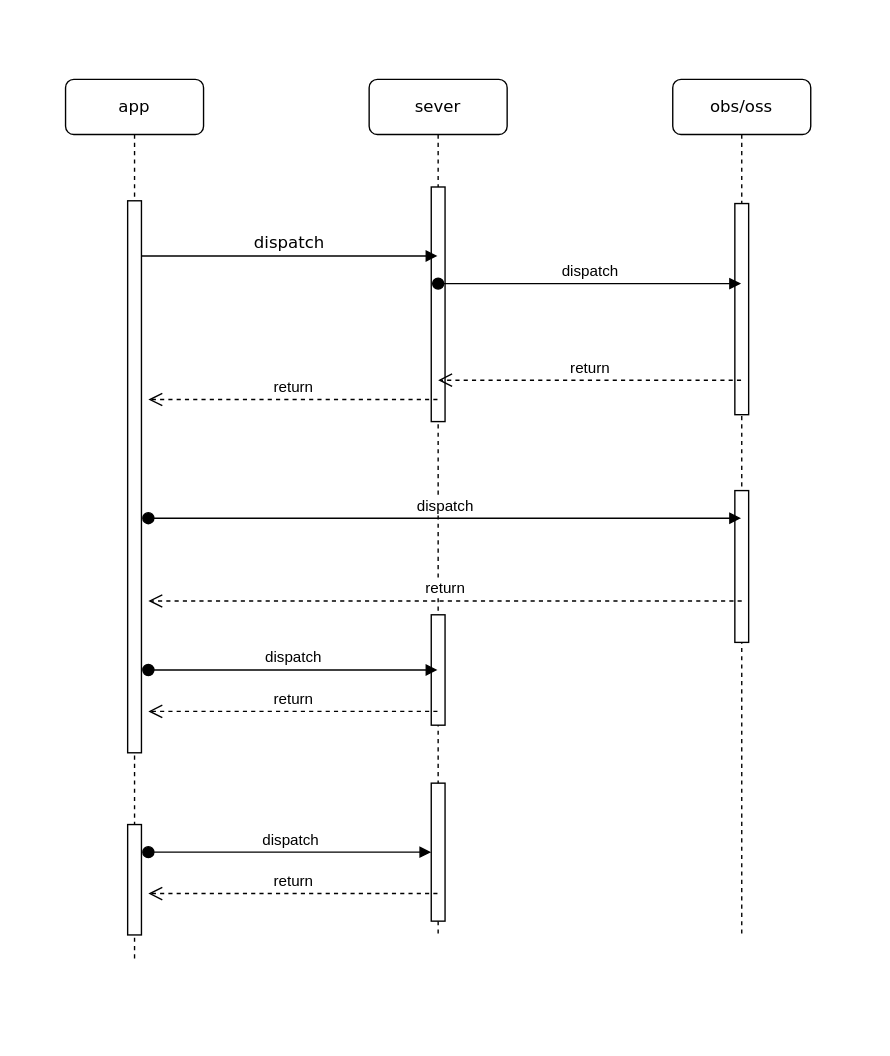
The draw.io diagram Untitled Diagram.drawio in linxinqiang90/drawio, before the edit. Source tidied: cells renumbered, new cells numbered last; positions are measured from the earlier drawing's top-left corner, leaving out a move shared by most shapes. Both pictures are drawn from the tidied source at 138%, with x=0, y=0 at pixel (65, 79).
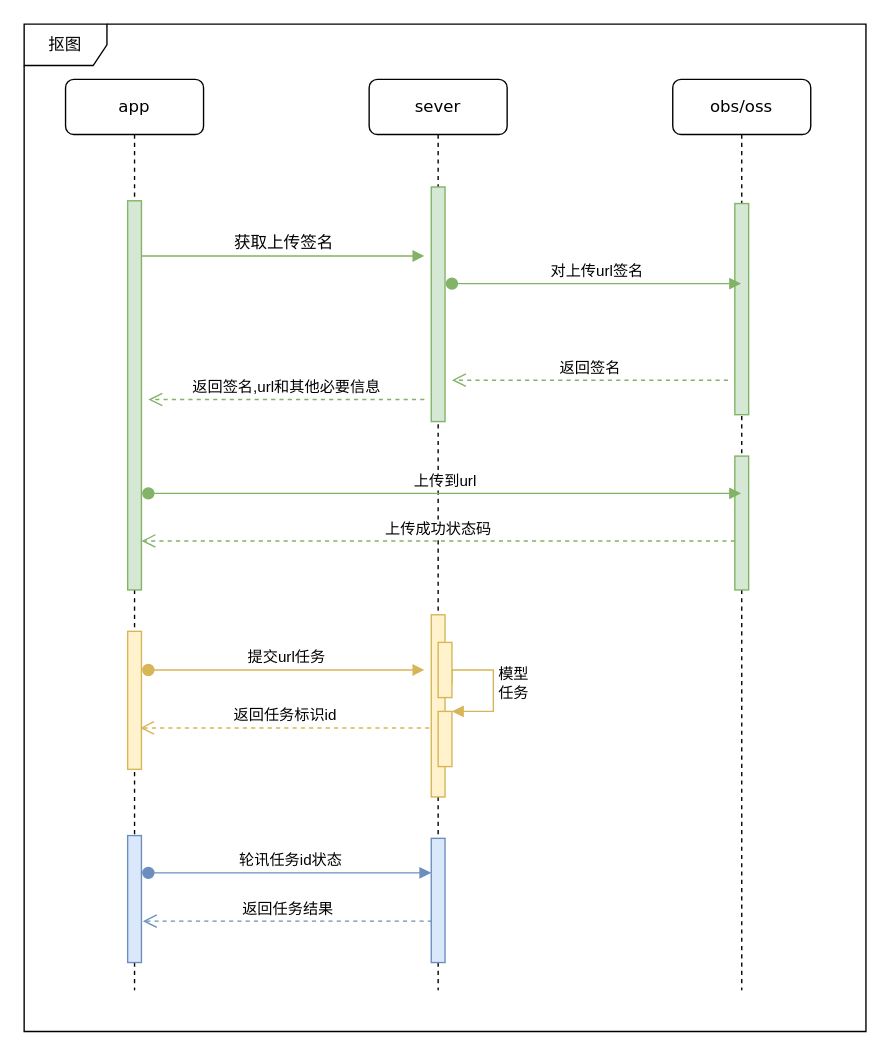
After the change.

Diff of the diagram source:
```diff
@@
+    <mxCell id="22" value="抠图" style="shape=umlFrame;whiteSpace=wrap;html=1;" parent="1" vertex="1">
+      <mxGeometry x="-30" y="-40" width="610" height="730" as="geometry" />
+    </mxCell>
     <mxCell id="2" value="sever&lt;br&gt;" style="shape=umlLifeline;perimeter=lifelinePerimeter;whiteSpace=wrap;html=1;outlineConnect=0;rounded=1;shadow=0;comic=0;labelBackgroundColor=none;strokeWidth=1;fontFamily=Verdana;fontSize=12;align=center;" parent="1" vertex="1">
-      <mxGeometry x="220" width="100" height="620" as="geometry" />
+      <mxGeometry x="220" width="100" height="660" as="geometry" />
     </mxCell>
-    <mxCell id="3" style="html=1;perimeter=orthogonalPerimeter;" parent="2" vertex="1">
+    <mxCell id="3" style="html=1;perimeter=orthogonalPerimeter;fillColor=#d5e8d4;strokeColor=#82b366;" parent="2" vertex="1">
       <mxGeometry x="45" y="78" width="10" height="170" as="geometry" />
     </mxCell>
-    <mxCell id="4" style="html=1;perimeter=orthogonalPerimeter;" parent="2" vertex="1">
-      <mxGeometry x="45" y="388" width="10" height="80" as="geometry" />
+    <mxCell id="4" style="html=1;perimeter=orthogonalPerimeter;fillColor=#fff2cc;strokeColor=#d6b656;" parent="2" vertex="1">
+      <mxGeometry x="45" y="388" width="10" height="132" as="geometry" />
     </mxCell>
-    <mxCell id="5" style="html=1;points=[];perimeter=orthogonalPerimeter;" parent="2" vertex="1">
-      <mxGeometry x="45" y="510" width="10" height="100" as="geometry" />
+    <mxCell id="5" style="html=1;points=[];perimeter=orthogonalPerimeter;fillColor=#dae8fc;strokeColor=#6c8ebf;" parent="2" vertex="1">
+      <mxGeometry x="45" y="550" width="10" height="90" as="geometry" />
     </mxCell>
+    <mxCell id="23" style="html=1;points=[];perimeter=orthogonalPerimeter;fillColor=#fff2cc;strokeColor=#d6b656;" parent="2" vertex="1">
+      <mxGeometry x="50" y="458" width="10" height="40" as="geometry" />
+    </mxCell>
+    <mxCell id="24" value="模型&lt;br&gt;任务" style="edgeStyle=orthogonalEdgeStyle;html=1;align=left;spacingLeft=2;endArrow=block;rounded=0;entryX=1;entryY=0;fillColor=#fff2cc;strokeColor=#d6b656;" parent="2" edge="1" target="23">
+      <mxGeometry relative="1" as="geometry">
+        <mxPoint x="60" y="438" as="sourcePoint" />
+        <Array as="points">
+          <mxPoint x="60" y="428" />
+          <mxPoint x="90" y="428" />
+          <mxPoint x="90" y="458" />
+        </Array>
+      </mxGeometry>
+    </mxCell>
+    <mxCell id="25" style="html=1;perimeter=orthogonalPerimeter;fillColor=#fff2cc;strokeColor=#d6b656;" parent="2" vertex="1">
+      <mxGeometry x="50" y="408" width="10" height="40" as="geometry" />
+    </mxCell>
     <mxCell id="6" value="obs/oss&lt;br&gt;" style="shape=umlLifeline;perimeter=lifelinePerimeter;whiteSpace=wrap;html=1;rounded=1;shadow=0;comic=0;labelBackgroundColor=none;strokeWidth=1;fontFamily=Verdana;fontSize=12;align=center;" parent="1" vertex="1">
-      <mxGeometry x="440" width="100" height="620" as="geometry" />
+      <mxGeometry x="440" width="100" height="660" as="geometry" />
     </mxCell>
-    <mxCell id="7" style="html=1;perimeter=orthogonalPerimeter;rounded=0;shadow=0;comic=0;labelBackgroundColor=none;strokeWidth=1;fontFamily=Verdana;fontSize=12;align=center;" parent="6" vertex="1">
+    <mxCell id="7" style="html=1;perimeter=orthogonalPerimeter;rounded=0;shadow=0;comic=0;labelBackgroundColor=none;strokeWidth=1;fontFamily=Verdana;fontSize=12;align=center;fillColor=#d5e8d4;strokeColor=#82b366;" parent="6" vertex="1">
       <mxGeometry x="45" y="90" width="10" height="153" as="geometry" />
     </mxCell>
-    <mxCell id="8" style="html=1;perimeter=orthogonalPerimeter;" parent="6" vertex="1">
-      <mxGeometry x="45" y="298" width="10" height="110" as="geometry" />
+    <mxCell id="8" style="html=1;perimeter=orthogonalPerimeter;fillColor=#d5e8d4;strokeColor=#82b366;" parent="6" vertex="1">
+      <mxGeometry x="45" y="273" width="10" height="97" as="geometry" />
     </mxCell>
     <mxCell id="9" value="app" style="shape=umlLifeline;perimeter=lifelinePerimeter;whiteSpace=wrap;html=1;rounded=1;shadow=0;comic=0;labelBackgroundColor=none;strokeWidth=1;fontFamily=Verdana;fontSize=12;align=center;" parent="1" vertex="1">
-      <mxGeometry width="100" height="640" as="geometry" />
+      <mxGeometry width="100" height="660" as="geometry" />
     </mxCell>
-    <mxCell id="10" style="html=1;points=[];perimeter=orthogonalPerimeter;rounded=0;shadow=0;comic=0;labelBackgroundColor=none;strokeWidth=1;fontFamily=Verdana;fontSize=12;align=center;" parent="9" vertex="1">
-      <mxGeometry x="45" y="88" width="10" height="400" as="geometry" />
+    <mxCell id="10" style="html=1;points=[];perimeter=orthogonalPerimeter;rounded=0;shadow=0;comic=0;labelBackgroundColor=none;strokeWidth=1;fontFamily=Verdana;fontSize=12;align=center;fillColor=#d5e8d4;strokeColor=#82b366;" parent="9" vertex="1">
+      <mxGeometry x="45" y="88" width="10" height="282" as="geometry" />
     </mxCell>
-    <mxCell id="11" style="html=1;perimeter=orthogonalPerimeter;" parent="9" vertex="1">
-      <mxGeometry x="45" y="540" width="10" height="80" as="geometry" />
+    <mxCell id="11" style="html=1;perimeter=orthogonalPerimeter;fillColor=#dae8fc;strokeColor=#6c8ebf;" parent="9" vertex="1">
+      <mxGeometry x="45" y="548" width="10" height="92" as="geometry" />
     </mxCell>
-    <mxCell id="12" value="dispatch" style="html=1;verticalAlign=bottom;endArrow=block;labelBackgroundColor=none;fontFamily=Verdana;fontSize=12;" parent="1" edge="1" source="10">
+    <mxCell id="12" value="获取上传签名&lt;br&gt;" style="html=1;verticalAlign=bottom;endArrow=block;labelBackgroundColor=none;fontFamily=Verdana;fontSize=12;fillColor=#d5e8d4;strokeColor=#82b366;" parent="1" edge="1" source="10">
       <mxGeometry relative="1" as="geometry">
-        <mxPoint x="269.5" y="128" as="targetPoint" />
+        <mxPoint x="260" y="128" as="targetPoint" />
         <Array as="points">
           <mxPoint x="180" y="128" />
         </Array>
       </mxGeometry>
     </mxCell>
-    <mxCell id="13" value="dispatch" style="html=1;verticalAlign=bottom;startArrow=oval;startFill=1;endArrow=block;startSize=8;" parent="1" edge="1">
+    <mxCell id="13" value="对上传url签名&lt;br&gt;" style="html=1;verticalAlign=bottom;startArrow=oval;startFill=1;endArrow=block;startSize=8;fillColor=#d5e8d4;strokeColor=#82b366;" parent="1" edge="1">
       <mxGeometry relative="1" as="geometry">
-        <mxPoint x="270" y="148" as="sourcePoint" />
+        <mxPoint x="280" y="148" as="sourcePoint" />
         <mxPoint x="489.5" y="148" as="targetPoint" />
       </mxGeometry>
     </mxCell>
-    <mxCell id="14" value="return" style="html=1;verticalAlign=bottom;endArrow=open;dashed=1;endSize=8;" parent="1" edge="1">
+    <mxCell id="14" value="返回签名&lt;br&gt;" style="html=1;verticalAlign=bottom;endArrow=open;dashed=1;endSize=8;fillColor=#d5e8d4;strokeColor=#82b366;" parent="1" edge="1">
       <mxGeometry relative="1" as="geometry">
-        <mxPoint x="489.5" y="218" as="sourcePoint" />
-        <mxPoint x="270" y="218" as="targetPoint" />
+        <mxPoint x="480" y="218" as="sourcePoint" />
+        <mxPoint x="280" y="218" as="targetPoint" />
       </mxGeometry>
     </mxCell>
-    <mxCell id="15" value="return" style="html=1;verticalAlign=bottom;endArrow=open;dashed=1;endSize=8;" parent="1" edge="1">
+    <mxCell id="15" value="返回签名,url和其他必要信息" style="html=1;verticalAlign=bottom;endArrow=open;dashed=1;endSize=8;fillColor=#d5e8d4;strokeColor=#82b366;" parent="1" edge="1">
       <mxGeometry relative="1" as="geometry">
-        <mxPoint x="269.5" y="232" as="sourcePoint" />
+        <mxPoint x="260" y="232" as="sourcePoint" />
         <mxPoint x="60" y="232" as="targetPoint" />
       </mxGeometry>
     </mxCell>
-    <mxCell id="16" value="dispatch" style="html=1;verticalAlign=bottom;startArrow=oval;startFill=1;endArrow=block;startSize=8;" parent="1" edge="1">
+    <mxCell id="16" value="上传到url" style="html=1;verticalAlign=bottom;startArrow=oval;startFill=1;endArrow=block;startSize=8;fillColor=#d5e8d4;strokeColor=#82b366;" parent="1" edge="1">
       <mxGeometry relative="1" as="geometry">
-        <mxPoint x="60" y="318" as="sourcePoint" />
-        <mxPoint x="489.5" y="318" as="targetPoint" />
+        <mxPoint x="60" y="300" as="sourcePoint" />
+        <mxPoint x="489.5" y="300" as="targetPoint" />
       </mxGeometry>
     </mxCell>
-    <mxCell id="17" value="return" style="html=1;verticalAlign=bottom;endArrow=open;dashed=1;endSize=8;" parent="1" edge="1">
+    <mxCell id="17" value="上传成功状态码" style="html=1;verticalAlign=bottom;endArrow=open;dashed=1;endSize=8;fillColor=#d5e8d4;strokeColor=#82b366;" parent="1" edge="1">
       <mxGeometry relative="1" as="geometry">
-        <mxPoint x="490" y="378" as="sourcePoint" />
-        <mxPoint x="60" y="378" as="targetPoint" />
+        <mxPoint x="485" y="334.5" as="sourcePoint" />
+        <mxPoint x="55" y="334.5" as="targetPoint" />
         <Array as="points">
-          <mxPoint x="440" y="378" />
+          <mxPoint x="435" y="334.5" />
         </Array>
       </mxGeometry>
     </mxCell>
-    <mxCell id="18" value="dispatch" style="html=1;verticalAlign=bottom;startArrow=oval;startFill=1;endArrow=block;startSize=8;" parent="1" edge="1">
+    <mxCell id="18" value="提交url任务" style="html=1;verticalAlign=bottom;startArrow=oval;startFill=1;endArrow=block;startSize=8;fillColor=#fff2cc;strokeColor=#d6b656;" parent="1" edge="1">
       <mxGeometry relative="1" as="geometry">
         <mxPoint x="60" y="428" as="sourcePoint" />
-        <mxPoint x="269.5" y="428" as="targetPoint" />
+        <mxPoint x="260" y="428" as="targetPoint" />
       </mxGeometry>
     </mxCell>
-    <mxCell id="19" value="return" style="html=1;verticalAlign=bottom;endArrow=open;dashed=1;endSize=8;" parent="1" edge="1">
+    <mxCell id="19" value="返回任务标识id" style="html=1;verticalAlign=bottom;endArrow=open;dashed=1;endSize=8;fillColor=#fff2cc;strokeColor=#d6b656;" parent="1" edge="1">
       <mxGeometry relative="1" as="geometry">
-        <mxPoint x="269.5" y="458" as="sourcePoint" />
-        <mxPoint x="60" y="458" as="targetPoint" />
+        <mxPoint x="263.5" y="470" as="sourcePoint" />
+        <mxPoint x="54" y="470" as="targetPoint" />
       </mxGeometry>
     </mxCell>
-    <mxCell id="20" value="dispatch" style="html=1;verticalAlign=bottom;startArrow=oval;startFill=1;endArrow=block;startSize=8;" parent="1" edge="1" target="5">
+    <mxCell id="20" value="轮讯任务id状态" style="html=1;verticalAlign=bottom;startArrow=oval;startFill=1;endArrow=block;startSize=8;fillColor=#dae8fc;strokeColor=#6c8ebf;" parent="1" edge="1">
       <mxGeometry relative="1" as="geometry">
-        <mxPoint x="60" y="560" as="sourcePoint" />
+        <mxPoint x="60" y="575" as="sourcePoint" />
+        <mxPoint x="265" y="575" as="targetPoint" />
+        <Array as="points">
+          <mxPoint x="220" y="575" />
+        </Array>
       </mxGeometry>
     </mxCell>
-    <mxCell id="21" value="return" style="html=1;verticalAlign=bottom;endArrow=open;dashed=1;endSize=8;" parent="1" edge="1" source="2">
+    <mxCell id="21" value="返回任务结果" style="html=1;verticalAlign=bottom;endArrow=open;dashed=1;endSize=8;fillColor=#dae8fc;strokeColor=#6c8ebf;" parent="1" edge="1">
       <mxGeometry relative="1" as="geometry">
-        <mxPoint x="60" y="590" as="targetPoint" />
+        <mxPoint x="265.5" y="610" as="sourcePoint" />
+        <mxPoint x="56" y="610" as="targetPoint" />
+        <Array as="points">
+          <mxPoint x="76" y="610" />
+        </Array>
       </mxGeometry>
     </mxCell>
+    <mxCell id="26" style="html=1;perimeter=orthogonalPerimeter;fillColor=#fff2cc;strokeColor=#d6b656;" parent="1" vertex="1">
+      <mxGeometry x="45" y="400" width="10" height="100" as="geometry" />
+    </mxCell>
```
